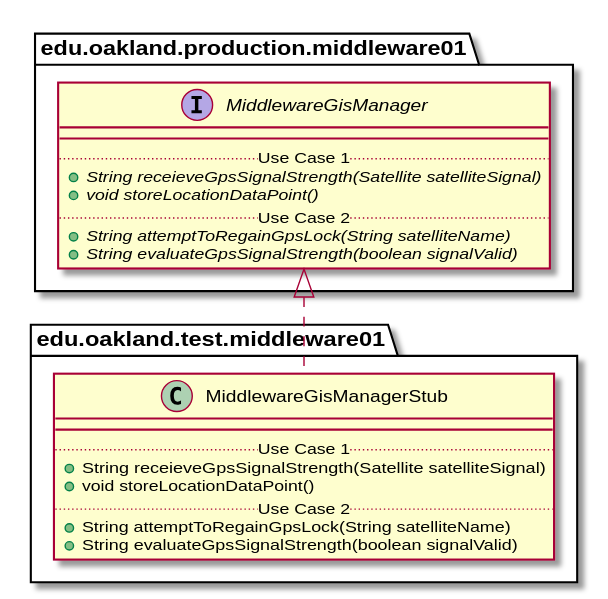
Above: docs/uml-class-diagrams/middleware01/test/MiddlewareGisManagerStub/MiddlewareGisManagerStub_DirectDependencies.svg in andrewdimmer/csi-3370-software-project (PlantUML), before the change.
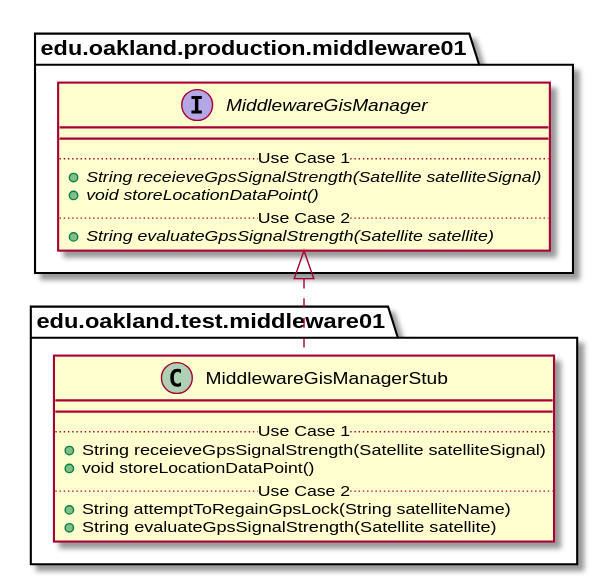
Later version of the same file.

The edit, as a diff of the source:
```diff
@@ -9,7 +9,7 @@
         + void storeLocationDataPoint()
         .. Use Case 2 ..
         + String attemptToRegainGpsLock(String satelliteName)
-        + String evaluateGpsSignalStrength(boolean signalValid)
+        + String evaluateGpsSignalStrength(Satellite satellite)
     }
 }
 
@@ -22,8 +22,7 @@
         {abstract} + String receieveGpsSignalStrength(Satellite satelliteSignal)
         {abstract} + void storeLocationDataPoint()
         .. Use Case 2 ..
-        {abstract} + String attemptToRegainGpsLock(String satelliteName)
-        {abstract} + String evaluateGpsSignalStrength(boolean signalValid)
+        {abstract} + String evaluateGpsSignalStrength(Satellite satellite)
     }
 }
 
```
